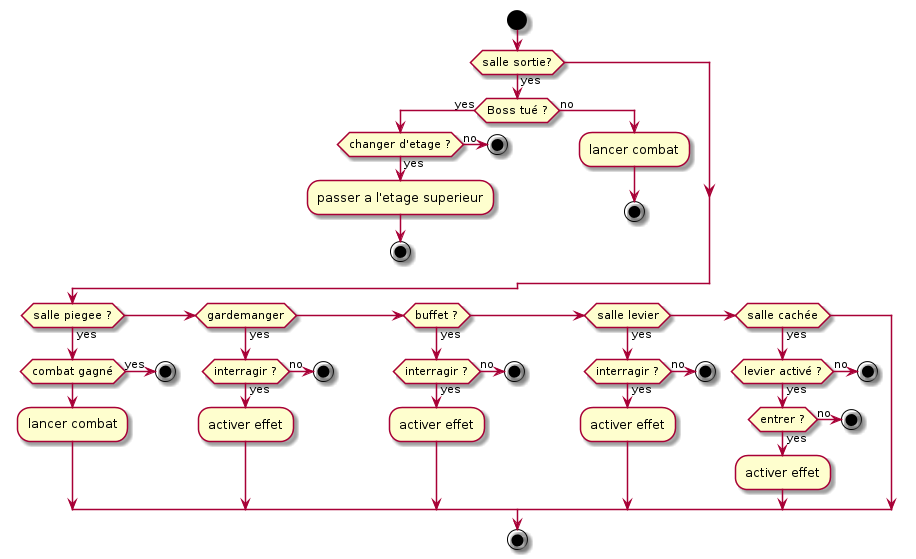
Earlier version of the PlantUML export UML/Event/event.png (Pyp-o/D-D_bouffe).
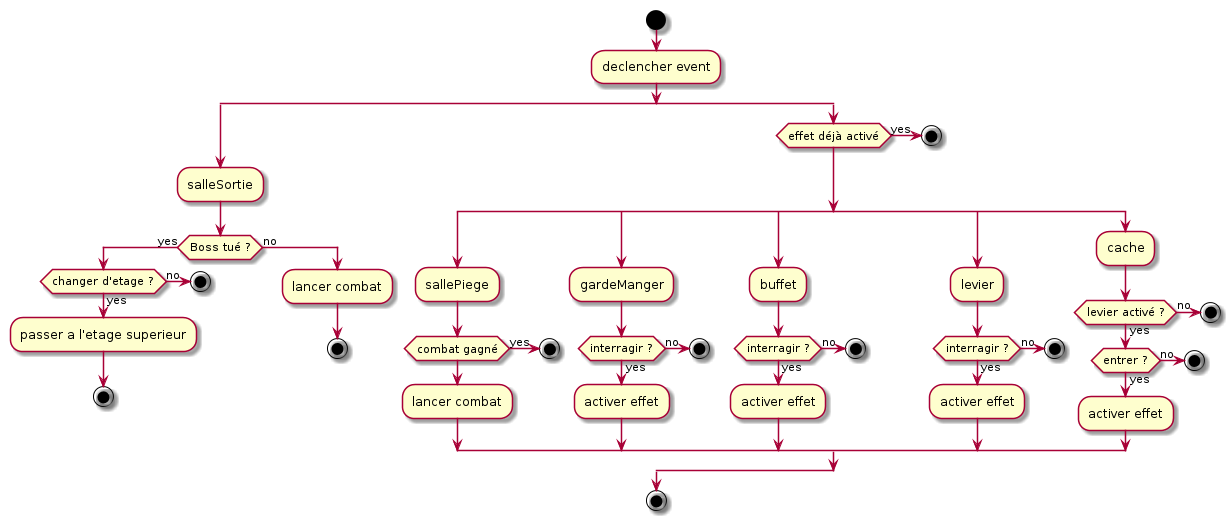
Later version of the same file.

Commit message:
modif event

What changed in the source:
```diff
@@ -1,6 +1,9 @@
 @startuml
 start
-if (salle sortie?) then (yes)
+:declencher event;
+
+split
+    :salleSortie;
     if (Boss tué ?) then (yes)
         if (changer d'etage ?) then (yes)
             :passer a l'etage superieur;
@@ -12,43 +15,51 @@
         :lancer combat;
         stop
     endif
-endif
-
-if (salle piegee ?) then (yes)
-    if (combat gagné) then (yes)
+split again
+    if (effet déjà activé) then (yes)
         stop
-    else
-        :lancer combat;
-    endif
-elseif (gardemanger) then (yes)
-    if (interragir ?) then (yes)
-        :activer effet;
-    else (no)
-        stop
-     endif
-elseif (buffet ?) then (yes)
-    if (interragir ?) then (yes)
-        :activer effet;
-    else (no)
-        stop
-     endif
-elseif (salle levier) then (yes)
-    if (interragir ?) then (yes)
-        :activer effet;
-    else (no)
-        stop
-     endif
-elseif (salle cachée) then (yes)
-    if (levier activé ?) then (yes)
-        if (entrer ?) then (yes)
+       endif
+    split
+        :sallePiege;
+        if (combat gagné) then (yes)
+            stop
+        else
+            :lancer combat;
+        endif
+    split again
+        :gardeManger;
+        if (interragir ?) then (yes)
             :activer effet;
         else (no)
             stop
          endif
-    else (no)
-        stop
-     endif
-endif
+    split again
+        :buffet;
+        if (interragir ?) then (yes)
+            :activer effet;
+        else (no)
+            stop
+         endif
+    split again
+        :levier;
+        if (interragir ?) then (yes)
+            :activer effet;
+        else (no)
+            stop
+         endif
+    split again
+        :cache;
+        if (levier activé ?) then (yes)
+            if (entrer ?) then (yes)
+                :activer effet;
+            else (no)
+                stop
+             endif
+        else (no)
+            stop
+         endif
+    endsplit
+endsplit
 
 stop
 
```
